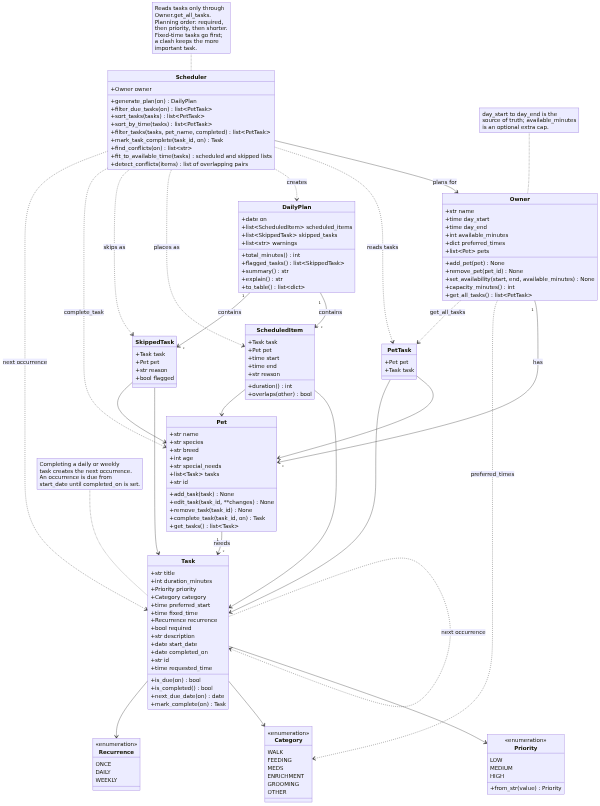
This is diagrams/uml_final.png from LittleNew008/ai110-module2show-pawpal-starter, a Mermaid export, as it was before one commit. Its source is kept beside it as diagrams/uml_final.mmd.
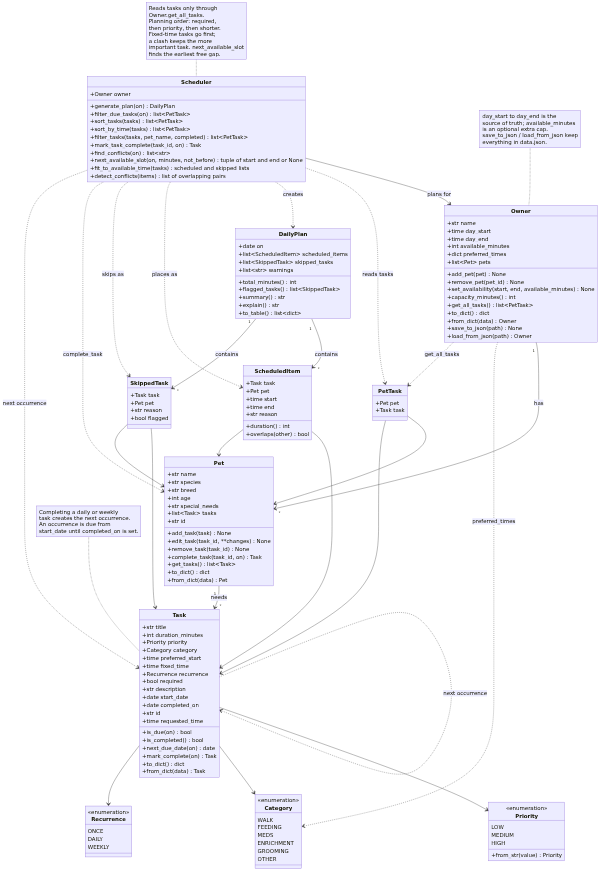
The same file after the commit.

Diff of the diagram source:
```diff
@@ -36,6 +36,10 @@
         +set_availability(start, end, available_minutes) None
         +capacity_minutes() int
         +get_all_tasks() list~PetTask~
+        +to_dict() dict
+        +from_dict(data) Owner
+        +save_to_json(path) None
+        +load_from_json(path) Owner
     }
 
     class Pet {
@@ -51,6 +55,8 @@
         +remove_task(task_id) None
         +complete_task(task_id, on) Task
         +get_tasks() list~Task~
+        +to_dict() dict
+        +from_dict(data) Pet
     }
 
     class Task {
@@ -71,6 +77,8 @@
         +is_completed() bool
         +next_due_date(on) date
         +mark_complete(on) Task
+        +to_dict() dict
+        +from_dict(data) Task
     }
 
     class PetTask {
@@ -87,6 +95,7 @@
         +filter_tasks(tasks, pet_name, completed) list~PetTask~
         +mark_task_complete(task_id, on) Task
         +find_conflicts(on) list~str~
+        +next_available_slot(on, minutes, not_before) tuple of start and end or None
         +fit_to_available_time(tasks) scheduled and skipped lists
         +detect_conflicts(items) list of overlapping pairs
     }
@@ -144,6 +153,6 @@
     SkippedTask --> Task
     SkippedTask --> Pet
 
-    note for Scheduler "Reads tasks only through<br/>Owner.get_all_tasks.<br/>Planning order: required,<br/>then priority, then shorter.<br/>Fixed-time tasks go first;<br/>a clash keeps the more<br/>important task."
+    note for Scheduler "Reads tasks only through<br/>Owner.get_all_tasks.<br/>Planning order: required,<br/>then priority, then shorter.<br/>Fixed-time tasks go first;<br/>a clash keeps the more<br/>important task. next_available_slot<br/>finds the earliest free gap."
     note for Task "Completing a daily or weekly<br/>task creates the next occurrence.<br/>An occurrence is due from<br/>start_date until completed_on is set."
-    note for Owner "day_start to day_end is the<br/>source of truth; available_minutes<br/>is an optional extra cap."
+    note for Owner "day_start to day_end is the<br/>source of truth; available_minutes<br/>is an optional extra cap.<br/>save_to_json / load_from_json keep<br/>everything in data.json."
```
